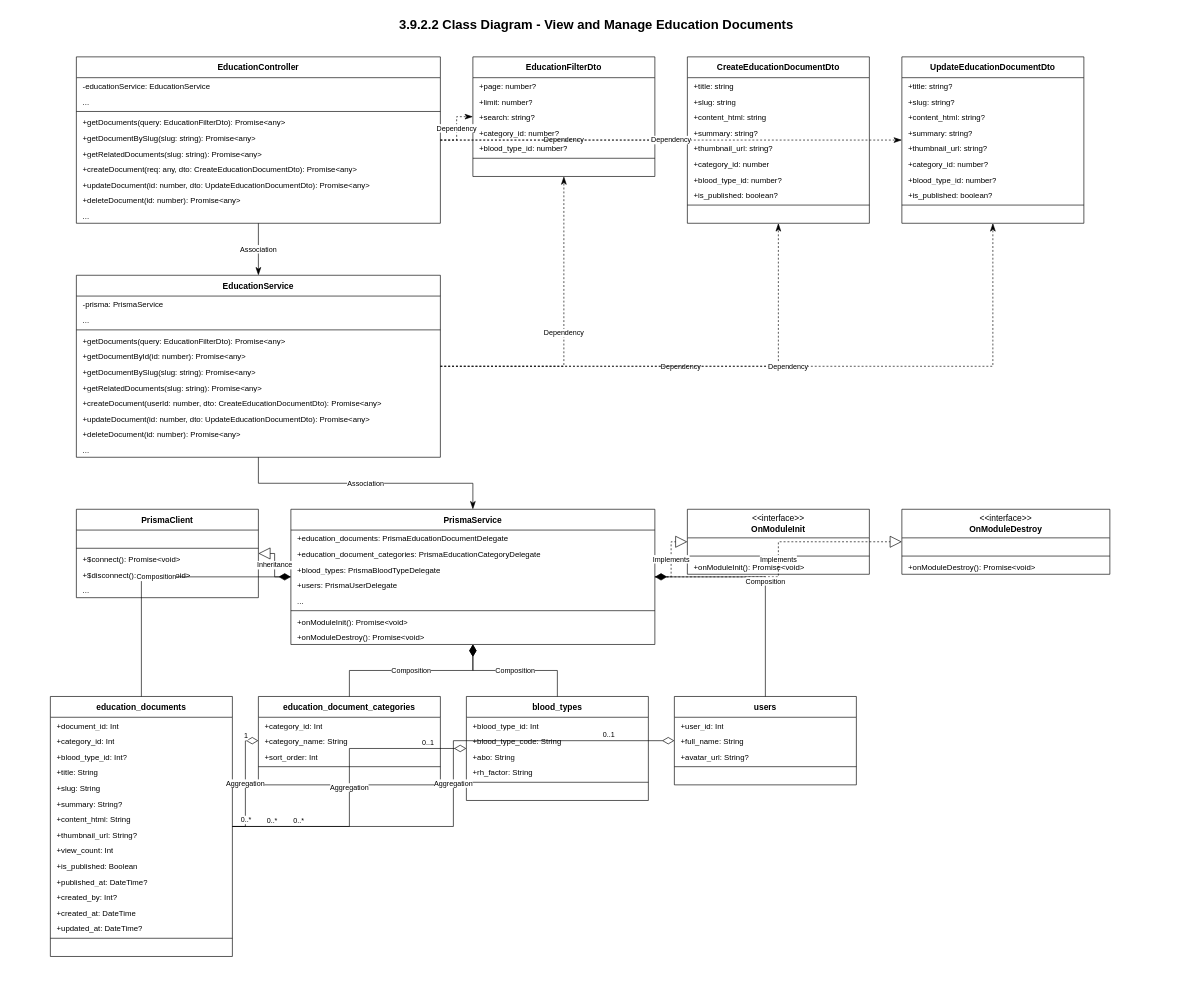
This is page "View & Manage Education Documents" (3 of 3) of education_all_class_diagrams.drawio from CuongBC195/class-diagram-donation-blood, a draw.io file, before an edit. Source tidied: cells renumbered, new cells numbered last; positions are measured from the earlier drawing's top-left corner, leaving out a move shared by most shapes. Both pictures are drawn from the tidied source at 65%, with x=0, y=0 at pixel (11, 11).
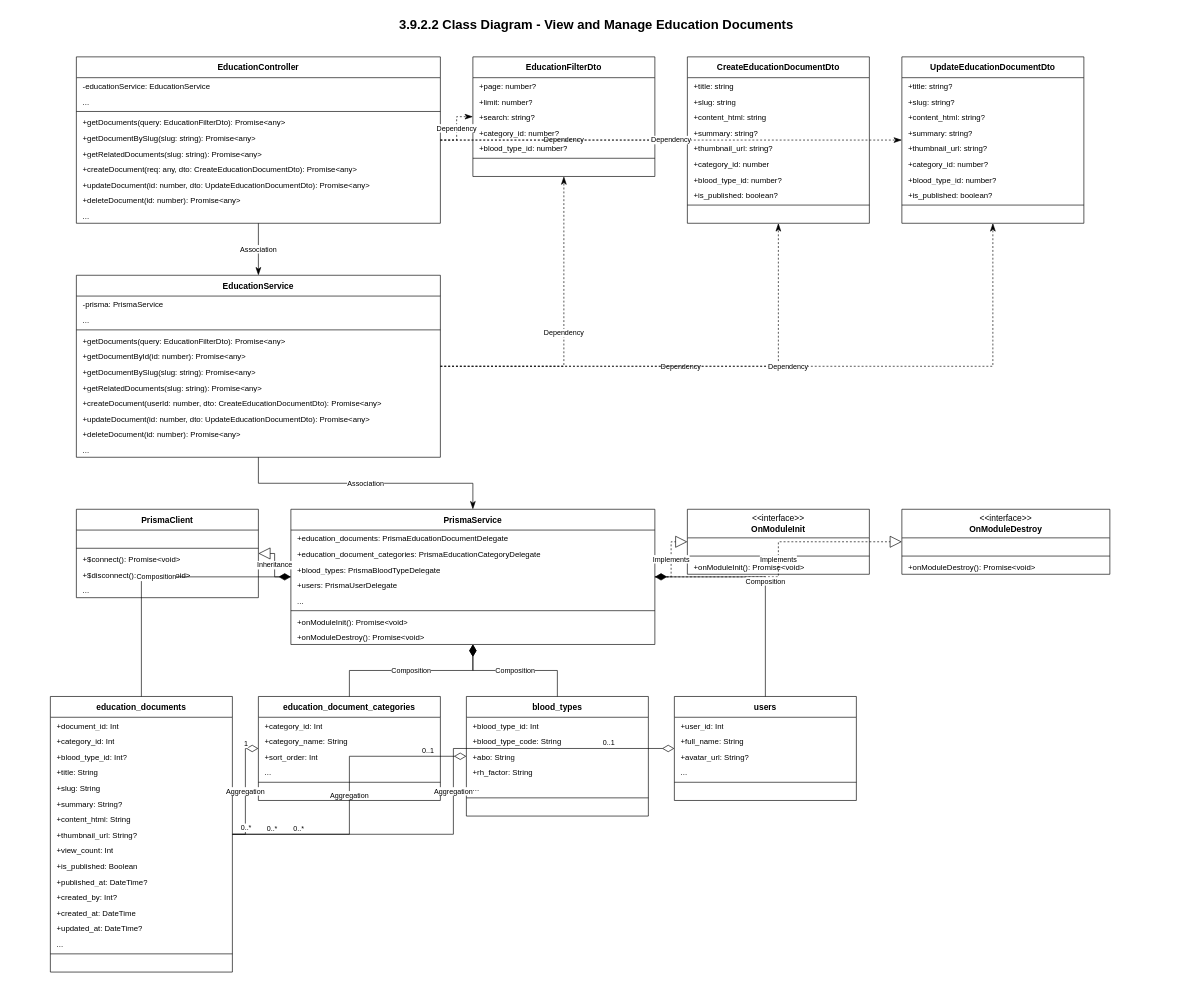
The same page after the edit.

Diff of the diagram source:
```diff
@@
     <mxCell id="79" value="&lt;b&gt;education_documents&lt;/b&gt;" style="swimlane;fontStyle=0;horizontal=1;startSize=32;whiteSpace=wrap;html=1;fillColor=#ffffff;strokeColor=#000000;swimlaneFillColor=#ffffff;fontColor=#000000;fontFamily=Arial;fontSize=13;" parent="1" vertex="1">
-      <mxGeometry x="60" y="1054" width="280" height="400" as="geometry" />
+      <mxGeometry x="60" y="1054" width="280" height="424" as="geometry" />
     </mxCell>
@@
+    <mxCell id="139" value="..." style="text;strokeColor=none;fillColor=none;align=left;verticalAlign=top;spacingLeft=8;spacingRight=8;overflow=hidden;whiteSpace=wrap;html=1;fontFamily=Arial;fontSize=12;fontColor=#000000;" parent="79" vertex="1">
+      <mxGeometry y="368" width="280" height="24" as="geometry" />
+    </mxCell>
     <mxCell id="94" style="line;strokeWidth=1;fillColor=none;strokeColor=#000000;align=left;verticalAlign=middle;" parent="79" vertex="1">
-      <mxGeometry y="368" width="280" height="8" as="geometry" />
+      <mxGeometry y="392" width="280" height="8" as="geometry" />
     </mxCell>
     <mxCell id="95" value=" " style="text;strokeColor=none;fillColor=none;align=left;verticalAlign=top;spacingLeft=8;spacingRight=8;overflow=hidden;whiteSpace=wrap;html=1;fontFamily=Arial;fontSize=12;fontColor=#000000;" parent="79" vertex="1">
-      <mxGeometry y="376" width="280" height="24" as="geometry" />
+      <mxGeometry y="400" width="280" height="24" as="geometry" />
     </mxCell>
     <mxCell id="96" value="&lt;b&gt;education_document_categories&lt;/b&gt;" style="swimlane;fontStyle=0;horizontal=1;startSize=32;whiteSpace=wrap;html=1;fillColor=#ffffff;strokeColor=#000000;swimlaneFillColor=#ffffff;fontColor=#000000;fontFamily=Arial;fontSize=13;" parent="1" vertex="1">
-      <mxGeometry x="380" y="1054" width="280" height="136" as="geometry" />
+      <mxGeometry x="380" y="1054" width="280" height="160" as="geometry" />
     </mxCell>
@@
+    <mxCell id="140" value="..." style="text;strokeColor=none;fillColor=none;align=left;verticalAlign=top;spacingLeft=8;spacingRight=8;overflow=hidden;whiteSpace=wrap;html=1;fontFamily=Arial;fontSize=12;fontColor=#000000;" parent="96" vertex="1">
+      <mxGeometry y="104" width="280" height="24" as="geometry" />
+    </mxCell>
     <mxCell id="100" style="line;strokeWidth=1;fillColor=none;strokeColor=#000000;align=left;verticalAlign=middle;" parent="96" vertex="1">
-      <mxGeometry y="104" width="280" height="8" as="geometry" />
+      <mxGeometry y="128" width="280" height="8" as="geometry" />
     </mxCell>
     <mxCell id="101" value=" " style="text;strokeColor=none;fillColor=none;align=left;verticalAlign=top;spacingLeft=8;spacingRight=8;overflow=hidden;whiteSpace=wrap;html=1;fontFamily=Arial;fontSize=12;fontColor=#000000;" parent="96" vertex="1">
-      <mxGeometry y="112" width="280" height="24" as="geometry" />
+      <mxGeometry y="136" width="280" height="24" as="geometry" />
     </mxCell>
     <mxCell id="102" value="&lt;b&gt;blood_types&lt;/b&gt;" style="swimlane;fontStyle=0;horizontal=1;startSize=32;whiteSpace=wrap;html=1;fillColor=#ffffff;strokeColor=#000000;swimlaneFillColor=#ffffff;fontColor=#000000;fontFamily=Arial;fontSize=13;" parent="1" vertex="1">
-      <mxGeometry x="700" y="1054" width="280" height="160" as="geometry" />
+      <mxGeometry x="700" y="1054" width="280" height="184" as="geometry" />
     </mxCell>
@@
+    <mxCell id="141" value="..." style="text;strokeColor=none;fillColor=none;align=left;verticalAlign=top;spacingLeft=8;spacingRight=8;overflow=hidden;whiteSpace=wrap;html=1;fontFamily=Arial;fontSize=12;fontColor=#000000;" parent="102" vertex="1">
+      <mxGeometry y="128" width="280" height="24" as="geometry" />
+    </mxCell>
     <mxCell id="107" style="line;strokeWidth=1;fillColor=none;strokeColor=#000000;align=left;verticalAlign=middle;" parent="102" vertex="1">
-      <mxGeometry y="128" width="280" height="8" as="geometry" />
+      <mxGeometry y="152" width="280" height="8" as="geometry" />
     </mxCell>
     <mxCell id="108" value=" " style="text;strokeColor=none;fillColor=none;align=left;verticalAlign=top;spacingLeft=8;spacingRight=8;overflow=hidden;whiteSpace=wrap;html=1;fontFamily=Arial;fontSize=12;fontColor=#000000;" parent="102" vertex="1">
-      <mxGeometry y="136" width="280" height="24" as="geometry" />
+      <mxGeometry y="160" width="280" height="24" as="geometry" />
     </mxCell>
     <mxCell id="109" value="&lt;b&gt;users&lt;/b&gt;" style="swimlane;fontStyle=0;horizontal=1;startSize=32;whiteSpace=wrap;html=1;fillColor=#ffffff;strokeColor=#000000;swimlaneFillColor=#ffffff;fontColor=#000000;fontFamily=Arial;fontSize=13;" parent="1" vertex="1">
-      <mxGeometry x="1020" y="1054" width="280" height="136" as="geometry" />
+      <mxGeometry x="1020" y="1054" width="280" height="160" as="geometry" />
     </mxCell>
@@
+    <mxCell id="142" value="..." style="text;strokeColor=none;fillColor=none;align=left;verticalAlign=top;spacingLeft=8;spacingRight=8;overflow=hidden;whiteSpace=wrap;html=1;fontFamily=Arial;fontSize=12;fontColor=#000000;" parent="109" vertex="1">
+      <mxGeometry y="104" width="280" height="24" as="geometry" />
+    </mxCell>
     <mxCell id="113" style="line;strokeWidth=1;fillColor=none;strokeColor=#000000;align=left;verticalAlign=middle;" parent="109" vertex="1">
-      <mxGeometry y="104" width="280" height="8" as="geometry" />
+      <mxGeometry y="128" width="280" height="8" as="geometry" />
     </mxCell>
     <mxCell id="114" value=" " style="text;strokeColor=none;fillColor=none;align=left;verticalAlign=top;spacingLeft=8;spacingRight=8;overflow=hidden;whiteSpace=wrap;html=1;fontFamily=Arial;fontSize=12;fontColor=#000000;" parent="109" vertex="1">
-      <mxGeometry y="112" width="280" height="24" as="geometry" />
+      <mxGeometry y="136" width="280" height="24" as="geometry" />
     </mxCell>
```
